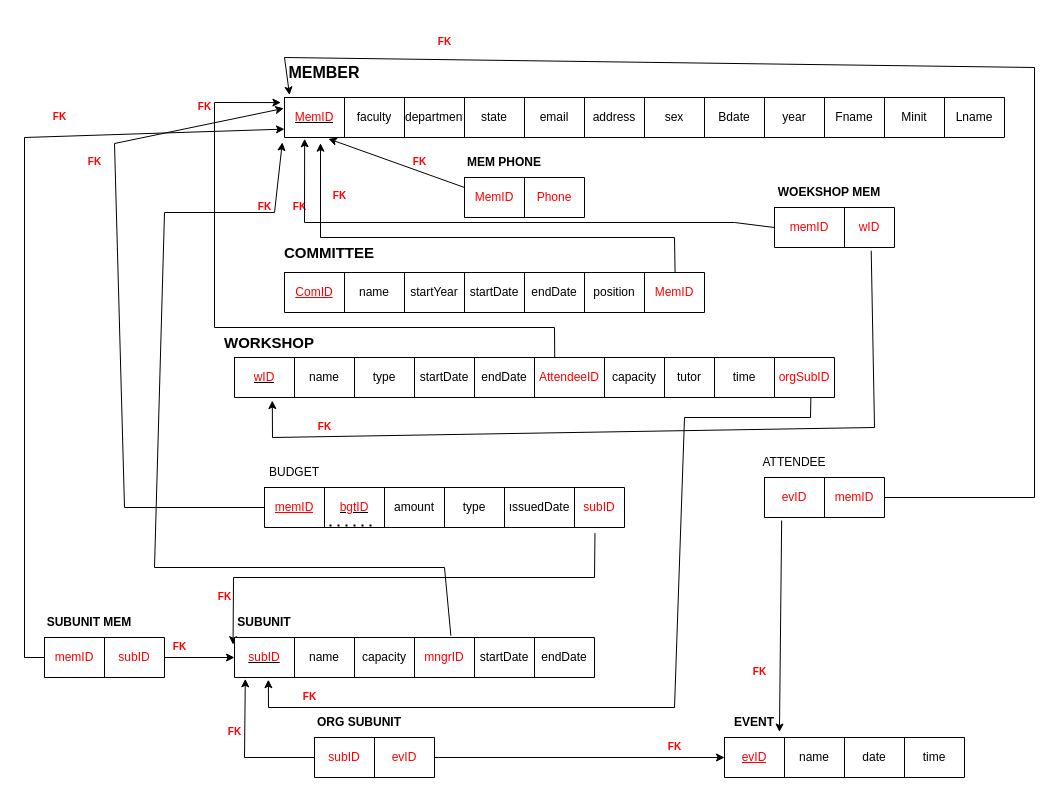
Before: Diagrams/Untitled Diagram.drawio in RadwanH/University-Club-Membership, a draw.io diagram. Source tidied: cells renumbered, new cells numbered last; positions are measured from the earlier drawing's top-left corner, leaving out a move shared by most shapes. Both pictures are drawn from the tidied source at 100%, with x=0, y=0 at pixel (24, 17).
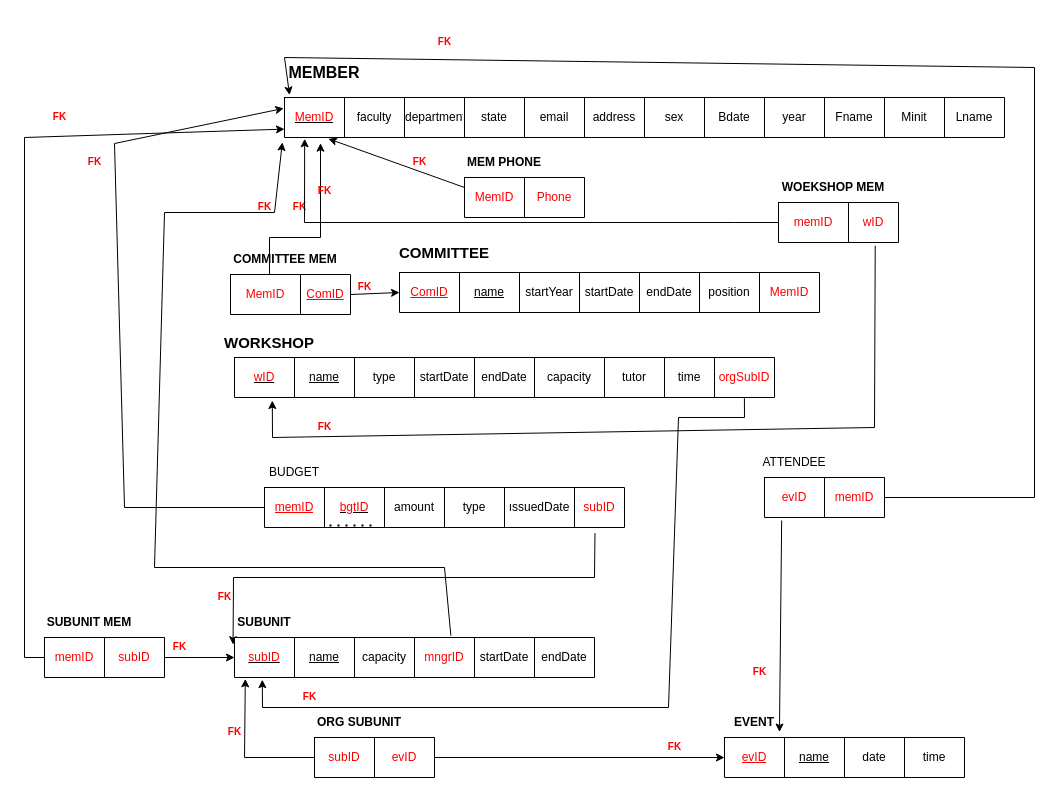
Above is the later version.

Commit message (it also covers changes not shown here):
Update Schema Diagram

Unchanged cells that the change refers to:
```xml
<mxCell id="25" style="shape=tableRow;horizontal=0;startSize=0;swimlaneHead=0;swimlaneBody=0;top=0;left=0;bottom=0;right=0;fillColor=none;points=[[0,0.5],[1,0.5]];portConstraint=eastwest;fontColor=#FF0000;" parent="24" vertex="1">
  <mxGeometry width="420" height="40" as="geometry" />
</mxCell>
<mxCell id="36" style="shape=tableRow;horizontal=0;startSize=0;swimlaneHead=0;swimlaneBody=0;top=0;left=0;bottom=0;right=0;fillColor=none;points=[[0,0.5],[1,0.5]];portConstraint=eastwest;" parent="35" vertex="1">
  <mxGeometry width="720" height="40" as="geometry" />
</mxCell>
<mxCell id="59" style="group;fontColor=#FF0000;" parent="1" vertex="1">
  <mxGeometry x="210" y="340" width="600" height="40" as="geometry" />
</mxCell>
<mxCell id="64" style="shape=tableRow;horizontal=0;startSize=0;swimlaneHead=0;swimlaneBody=0;top=0;left=0;bottom=0;right=0;fillColor=none;points=[[0,0.5],[1,0.5]];portConstraint=eastwest;fontColor=#000000;" parent="63" vertex="1">
  <mxGeometry width="540" height="40" as="geometry" />
</mxCell>
<mxCell id="87" style="shape=tableRow;horizontal=0;startSize=0;swimlaneHead=0;swimlaneBody=0;top=0;left=0;bottom=0;right=0;fillColor=none;points=[[0,0.5],[1,0.5]];portConstraint=eastwest;fontColor=#000000;" parent="86" vertex="1">
  <mxGeometry width="360" height="40" as="geometry" />
</mxCell>
<mxCell id="103" style="shape=tableRow;horizontal=0;startSize=0;swimlaneHead=0;swimlaneBody=0;top=0;left=0;bottom=0;right=0;fillColor=none;points=[[0,0.5],[1,0.5]];portConstraint=eastwest;fontColor=#000000;" parent="102" vertex="1">
  <mxGeometry width="240" height="40" as="geometry" />
</mxCell>
```

What changed in the source:
```diff
@@
-    <mxCell id="7" style="endArrow=classic;html=1;rounded=0;fontColor=#FF0000;entryX=0.05;entryY=1.143;entryDx=0;entryDy=0;entryPerimeter=0;exitX=0.93;exitY=0.01;exitDx=0;exitDy=0;exitPerimeter=0;" parent="1" edge="1" source="25" target="36">
+    <mxCell id="7" style="endArrow=classic;html=1;rounded=0;fontColor=#FF0000;entryX=0.05;entryY=1.143;entryDx=0;entryDy=0;entryPerimeter=0;exitX=0.325;exitY=0.018;exitDx=0;exitDy=0;exitPerimeter=0;" parent="1" edge="1" source="136" target="36">
       <mxGeometry relative="1" as="geometry">
         <Array as="points">
-          <mxPoint x="650" y="220" />
+          <mxPoint x="245" y="220" />
           <mxPoint x="296" y="220" />
         </Array>
       </mxGeometry>
     </mxCell>
@@
     <mxCell id="23" style="group;" parent="1" vertex="1">
-      <mxGeometry x="260" y="220" width="420" height="75" as="geometry" />
+      <mxGeometry x="375" y="220" width="420" height="75" as="geometry" />
     </mxCell>
@@
-    <mxCell id="27" value="name" style="shape=partialRectangle;html=1;whiteSpace=wrap;overflow=hidden;fillColor=none;top=0;left=0;bottom=0;right=0;fontColor=#000000;" parent="25" vertex="1">
+    <mxCell id="27" value="&lt;u&gt;name&lt;/u&gt;" style="shape=partialRectangle;html=1;whiteSpace=wrap;overflow=hidden;fillColor=none;top=0;left=0;bottom=0;right=0;fontColor=#000000;" parent="25" vertex="1">
       <mxGeometry x="60" width="60" height="40" as="geometry" />
     </mxCell>
@@
     <mxCell id="50" value="&lt;font style=&quot;font-size: 10px&quot;&gt;FK&lt;/font&gt;" style="text;strokeColor=none;fillColor=none;html=1;fontSize=24;fontStyle=1;verticalAlign=middle;align=center;fontColor=#FF0000;" parent="1" vertex="1">
-      <mxGeometry x="300" y="160" width="30" height="28" as="geometry" />
+      <mxGeometry x="295" y="160" width="10" height="18" as="geometry" />
     </mxCell>
@@
     <mxCell id="53" style="group;" parent="1" vertex="1">
-      <mxGeometry x="750" y="160" width="120" height="70" as="geometry" />
+      <mxGeometry x="754" y="155" width="120" height="70" as="geometry" />
     </mxCell>
@@
-    <mxCell id="60" style="shape=table;startSize=0;childLayout=tableLayout;fontColor=#000000;" parent="59" vertex="1">
-      <mxGeometry x="540" width="60" height="40" as="geometry" />
-    </mxCell>
-    <mxCell id="61" style="shape=tableRow;horizontal=0;startSize=0;swimlaneHead=0;swimlaneBody=0;top=0;left=0;bottom=0;right=0;fillColor=none;points=[[0,0.5],[1,0.5]];portConstraint=eastwest;fontColor=#000000;" parent="60" vertex="1">
-      <mxGeometry width="60" height="40" as="geometry" />
-    </mxCell>
-    <mxCell id="62" value="&lt;font color=&quot;#ff0000&quot;&gt;orgSubID&lt;/font&gt;" style="shape=partialRectangle;html=1;whiteSpace=wrap;overflow=hidden;fillColor=none;top=0;left=0;bottom=0;right=0;fontColor=#000000;" parent="61" vertex="1">
-      <mxGeometry width="60" height="40" as="geometry" />
-    </mxCell>
@@
-    <mxCell id="66" value="name" style="shape=partialRectangle;html=1;whiteSpace=wrap;overflow=hidden;fillColor=none;top=0;left=0;bottom=0;right=0;fontColor=#000000;" parent="64" vertex="1">
+    <mxCell id="66" value="&lt;u&gt;name&lt;/u&gt;" style="shape=partialRectangle;html=1;whiteSpace=wrap;overflow=hidden;fillColor=none;top=0;left=0;bottom=0;right=0;fontColor=#000000;" parent="64" vertex="1">
       <mxGeometry x="60" width="60" height="40" as="geometry" />
     </mxCell>
@@
-    <mxCell id="70" value="&lt;font color=&quot;#ff0000&quot;&gt;AttendeeID&lt;/font&gt;" style="shape=partialRectangle;html=1;whiteSpace=wrap;overflow=hidden;fillColor=none;top=0;left=0;bottom=0;right=0;fontColor=#000000;" parent="64" vertex="1">
+    <mxCell id="70" value="&lt;span&gt;capacity&lt;/span&gt;" style="shape=partialRectangle;html=1;whiteSpace=wrap;overflow=hidden;fillColor=none;top=0;left=0;bottom=0;right=0;fontColor=#000000;" parent="64" vertex="1">
       <mxGeometry x="300" width="70" height="40" as="geometry" />
     </mxCell>
-    <mxCell id="71" value="capacity" style="shape=partialRectangle;html=1;whiteSpace=wrap;overflow=hidden;fillColor=none;top=0;left=0;bottom=0;right=0;fontColor=#000000;" parent="64" vertex="1">
+    <mxCell id="71" value="&lt;span&gt;tutor&lt;/span&gt;" style="shape=partialRectangle;html=1;whiteSpace=wrap;overflow=hidden;fillColor=none;top=0;left=0;bottom=0;right=0;fontColor=#000000;" parent="64" vertex="1">
       <mxGeometry x="370" width="60" height="40" as="geometry" />
     </mxCell>
-    <mxCell id="72" value="tutor" style="shape=partialRectangle;html=1;whiteSpace=wrap;overflow=hidden;fillColor=none;top=0;left=0;bottom=0;right=0;fontColor=#000000;" parent="64" vertex="1">
+    <mxCell id="72" value="&lt;span&gt;time&lt;/span&gt;" style="shape=partialRectangle;html=1;whiteSpace=wrap;overflow=hidden;fillColor=none;top=0;left=0;bottom=0;right=0;fontColor=#000000;" parent="64" vertex="1">
       <mxGeometry x="430" width="50" height="40" as="geometry" />
     </mxCell>
-    <mxCell id="73" value="time" style="shape=partialRectangle;html=1;whiteSpace=wrap;overflow=hidden;fillColor=none;top=0;left=0;bottom=0;right=0;fontColor=#000000;" parent="64" vertex="1">
+    <mxCell id="73" value="&lt;span style=&quot;color: rgb(255 , 0 , 0)&quot;&gt;orgSubID&lt;/span&gt;" style="shape=partialRectangle;html=1;whiteSpace=wrap;overflow=hidden;fillColor=none;top=0;left=0;bottom=0;right=0;fontColor=#000000;" parent="64" vertex="1">
       <mxGeometry x="480" width="60" height="40" as="geometry" />
     </mxCell>
@@
-    <mxCell id="89" value="name" style="shape=partialRectangle;html=1;whiteSpace=wrap;overflow=hidden;fillColor=none;top=0;left=0;bottom=0;right=0;fontColor=#000000;" parent="87" vertex="1">
+    <mxCell id="89" value="&lt;u&gt;name&lt;/u&gt;" style="shape=partialRectangle;html=1;whiteSpace=wrap;overflow=hidden;fillColor=none;top=0;left=0;bottom=0;right=0;fontColor=#000000;" parent="87" vertex="1">
       <mxGeometry x="60" width="60" height="40" as="geometry" />
     </mxCell>
@@
-    <mxCell id="105" value="name" style="shape=partialRectangle;html=1;whiteSpace=wrap;overflow=hidden;fillColor=none;top=0;left=0;bottom=0;right=0;fontColor=#000000;" parent="103" vertex="1">
+    <mxCell id="105" value="&lt;u&gt;name&lt;/u&gt;" style="shape=partialRectangle;html=1;whiteSpace=wrap;overflow=hidden;fillColor=none;top=0;left=0;bottom=0;right=0;fontColor=#000000;" parent="103" vertex="1">
       <mxGeometry x="60" width="60" height="40" as="geometry" />
     </mxCell>
@@
-    <mxCell id="129" style="endArrow=classic;html=1;rounded=0;fontSize=12;entryX=0.094;entryY=1.055;entryDx=0;entryDy=0;entryPerimeter=0;exitX=0.606;exitY=0.992;exitDx=0;exitDy=0;exitPerimeter=0;" parent="1" edge="1" source="61" target="87">
+    <mxCell id="129" style="endArrow=classic;html=1;rounded=0;fontSize=12;entryX=0.094;entryY=1.055;entryDx=0;entryDy=0;entryPerimeter=0;exitX=0.935;exitY=1.018;exitDx=0;exitDy=0;exitPerimeter=0;" parent="1" edge="1">
       <mxGeometry relative="1" as="geometry">
+        <mxPoint x="719.9" y="380.7" as="sourcePoint" />
+        <mxPoint x="237.8" y="662.2" as="targetPoint" />
         <Array as="points">
-          <mxPoint x="786" y="400" />
-          <mxPoint x="660" y="400" />
-          <mxPoint x="650" y="690" />
-          <mxPoint x="244" y="690" />
+          <mxPoint x="720" y="400" />
+          <mxPoint x="654" y="400" />
+          <mxPoint x="644" y="690" />
+          <mxPoint x="238" y="690" />
         </Array>
       </mxGeometry>
     </mxCell>
@@
-    <mxCell id="132" style="endArrow=classic;html=1;rounded=0;fontSize=12;fontColor=#FF0000;exitX=0.593;exitY=0;exitDx=0;exitDy=0;exitPerimeter=0;entryX=-0.005;entryY=0.127;entryDx=0;entryDy=0;entryPerimeter=0;" parent="1" edge="1" source="64" target="36">
-      <mxGeometry relative="1" as="geometry">
-        <Array as="points">
-          <mxPoint x="530" y="310" />
-          <mxPoint x="190" y="310" />
-          <mxPoint x="190" y="85" />
-        </Array>
-      </mxGeometry>
-    </mxCell>
+    <mxCell id="134" style="group;" parent="1" vertex="1">
+      <mxGeometry x="206" y="227" width="120" height="70" as="geometry" />
+    </mxCell>
+    <mxCell id="135" style="shape=table;startSize=0;childLayout=tableLayout;fontColor=#000000;" parent="134" vertex="1">
+      <mxGeometry y="30" width="120" height="40" as="geometry" />
+    </mxCell>
+    <mxCell id="136" style="shape=tableRow;horizontal=0;startSize=0;swimlaneHead=0;swimlaneBody=0;top=0;left=0;bottom=0;right=0;fillColor=none;points=[[0,0.5],[1,0.5]];portConstraint=eastwest;fontColor=#000000;" parent="135" vertex="1">
+      <mxGeometry width="120" height="40" as="geometry" />
+    </mxCell>
+    <mxCell id="137" value="&lt;span style=&quot;color: rgb(255 , 0 , 0)&quot;&gt;MemID&lt;/span&gt;" style="shape=partialRectangle;html=1;whiteSpace=wrap;overflow=hidden;fillColor=none;top=0;left=0;bottom=0;right=0;fontColor=#000000;" parent="136" vertex="1">
+      <mxGeometry width="70" height="40" as="geometry" />
+    </mxCell>
+    <mxCell id="138" value="&lt;u style=&quot;color: rgb(255 , 0 , 0)&quot;&gt;ComID&lt;/u&gt;" style="shape=partialRectangle;html=1;whiteSpace=wrap;overflow=hidden;fillColor=none;top=0;left=0;bottom=0;right=0;fontColor=#000000;" parent="136" vertex="1">
+      <mxGeometry x="70" width="50" height="40" as="geometry" />
+    </mxCell>
+    <mxCell id="139" value="COMMITTEE MEM" style="text;html=1;strokeColor=none;fillColor=none;align=center;verticalAlign=middle;whiteSpace=wrap;rounded=0;fontColor=#000000;fontSize=12;fontStyle=1;" parent="134" vertex="1">
+      <mxGeometry width="110" height="30" as="geometry" />
+    </mxCell>
+    <mxCell id="140" style="endArrow=classic;html=1;rounded=0;fontSize=12;fontColor=#FF0000;exitX=1;exitY=0.5;exitDx=0;exitDy=0;entryX=0;entryY=0.5;entryDx=0;entryDy=0;" parent="1" edge="1" source="136" target="25">
+      <mxGeometry relative="1" as="geometry" />
+    </mxCell>
     <mxCell id="133" value="&lt;font style=&quot;font-size: 10px&quot;&gt;FK&lt;/font&gt;" style="text;strokeColor=none;fillColor=none;html=1;fontSize=24;fontStyle=1;verticalAlign=middle;align=center;fontColor=#FF0000;" parent="1" vertex="1">
-      <mxGeometry x="170" y="80" width="20" height="10" as="geometry" />
+      <mxGeometry x="330" y="260" width="20" height="10" as="geometry" />
     </mxCell>
```
